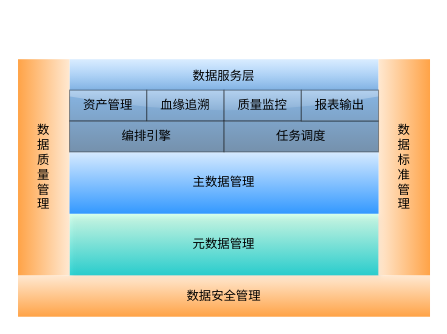
Earlier version of the draw.io diagram 数据平台分层结构.drawio (jingmian/design-repo). Source tidied: cells renumbered, new cells numbered last; positions are measured from the earlier drawing's top-left corner, leaving out a move shared by most shapes. Both pictures are drawn from the tidied source at 103%, with x=0, y=0 at pixel (18, 59).
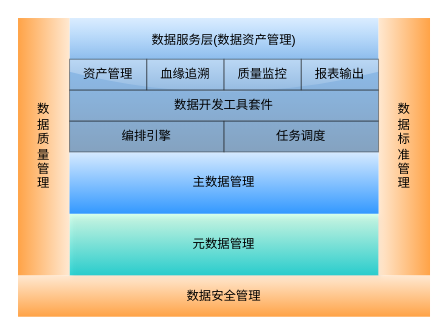
After the change.

Commit message:
更新数据平台分层结构.drawio

What changed in the source:
```diff
@@
 <mxGraphModel>
   <root>
     <mxCell id="0" />
     <mxCell id="1" parent="0" />
-    <mxCell id="2" value="数据服务层&lt;br&gt;&lt;br&gt;&lt;br&gt;&lt;br&gt;&lt;br&gt;" style="rounded=0;whiteSpace=wrap;html=1;align=center;strokeColor=none;fillColor=#3399FF;gradientColor=#003366;opacity=90;shadow=0;comic=0;glass=1;" parent="1" vertex="1">
-      <mxGeometry x="50" width="300" height="90" as="geometry" />
+    <mxCell id="2" value="数据服务层(数据资产管理)&lt;br&gt;&lt;br&gt;&lt;br&gt;&lt;br&gt;&lt;br&gt;&lt;br&gt;&lt;br&gt;" style="rounded=0;whiteSpace=wrap;html=1;align=center;strokeColor=none;fillColor=#3399FF;gradientColor=#1C538A;opacity=90;shadow=0;comic=0;glass=1;" parent="1" vertex="1">
+      <mxGeometry x="50" y="-40" width="300" height="130" as="geometry" />
     </mxCell>
     <mxCell id="3" value="元数据管理" style="rounded=0;whiteSpace=wrap;html=1;fillColor=#CCFFE6;gradientColor=#00CCCC;strokeColor=none;shadow=1;opacity=80;" parent="1" vertex="1">
       <mxGeometry x="50" y="150" width="300" height="60" as="geometry" />
     </mxCell>
     <mxCell id="4" value="数&lt;br&gt;据&lt;br&gt;质&lt;br&gt;量&lt;br&gt;管&lt;br&gt;理" style="rounded=0;whiteSpace=wrap;html=1;gradientColor=#FF9933;fillColor=#FFE6CC;gradientDirection=west;strokeColor=none;shadow=0;glass=0;opacity=90;" parent="1" vertex="1">
-      <mxGeometry width="50" height="210" as="geometry" />
+      <mxGeometry y="-40" width="50" height="250" as="geometry" />
     </mxCell>
     <mxCell id="5" value="数&lt;br&gt;据&lt;br&gt;标&lt;br&gt;准&lt;br&gt;管&lt;br&gt;理" style="rounded=0;whiteSpace=wrap;html=1;shadow=0;strokeColor=none;fillColor=#FFE6CC;gradientColor=#FF9933;gradientDirection=east;glass=0;fontColor=#000000;opacity=90;" parent="1" vertex="1">
-      <mxGeometry x="350" width="50" height="210" as="geometry" />
+      <mxGeometry x="350" y="-40" width="50" height="250" as="geometry" />
     </mxCell>
     <mxCell id="6" value="数据安全管理" style="rounded=0;whiteSpace=wrap;html=1;fillColor=#FFE6CC;strokeColor=none;gradientColor=#FF9933;comic=0;shadow=0;gradientDirection=south;glass=0;opacity=90;" parent="1" vertex="1">
       <mxGeometry y="210" width="400" height="40" as="geometry" />
     </mxCell>
     <mxCell id="7" value="主数据管理" style="rounded=0;whiteSpace=wrap;html=1;fillColor=#CCE5FF;gradientColor=#007FFF;strokeColor=none;opacity=80;" parent="1" vertex="1">
       <mxGeometry x="50" y="90" width="300" height="60" as="geometry" />
     </mxCell>
     <mxCell id="8" value="资产管理" style="rounded=0;whiteSpace=wrap;html=1;opacity=40;" parent="1" vertex="1">
-      <mxGeometry x="50" y="30" width="75" height="30" as="geometry" />
+      <mxGeometry x="50" width="75" height="30" as="geometry" />
     </mxCell>
     <mxCell id="9" value="血缘追溯" style="rounded=0;whiteSpace=wrap;html=1;opacity=40;" parent="1" vertex="1">
-      <mxGeometry x="125" y="30" width="75" height="30" as="geometry" />
+      <mxGeometry x="125" width="75" height="30" as="geometry" />
     </mxCell>
     <mxCell id="10" value="质量监控" style="rounded=0;whiteSpace=wrap;html=1;opacity=40;" parent="1" vertex="1">
-      <mxGeometry x="200" y="30" width="75" height="30" as="geometry" />
+      <mxGeometry x="200" width="75" height="30" as="geometry" />
     </mxCell>
     <mxCell id="11" value="编排引擎" style="rounded=0;whiteSpace=wrap;html=1;opacity=40;" parent="1" vertex="1">
       <mxGeometry x="50" y="60" width="150" height="30" as="geometry" />
     </mxCell>
     <mxCell id="12" value="任务调度" style="rounded=0;whiteSpace=wrap;html=1;opacity=40;" parent="1" vertex="1">
       <mxGeometry x="200" y="60" width="150" height="30" as="geometry" />
     </mxCell>
     <mxCell id="13" value="报表输出" style="rounded=0;whiteSpace=wrap;html=1;opacity=40;" parent="1" vertex="1">
-      <mxGeometry x="275" y="30" width="75" height="30" as="geometry" />
+      <mxGeometry x="275" width="75" height="30" as="geometry" />
     </mxCell>
+    <mxCell id="14" value="数据开发工具套件" style="rounded=0;whiteSpace=wrap;html=1;opacity=40;" parent="1" vertex="1">
+      <mxGeometry x="50" y="30" width="300" height="30" as="geometry" />
+    </mxCell>
   </root>
 </mxGraphModel>
```
